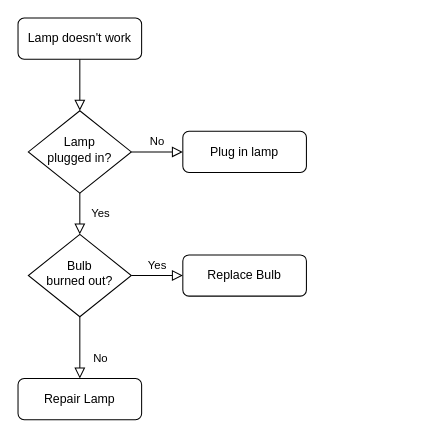
The draw.io diagram Untitled Diagram.drawio in kimsk920825/API_team_project, before the edit. Source tidied: cells renumbered, new cells numbered last; positions are measured from the earlier drawing's top-left corner, leaving out a move shared by most shapes. Both pictures are drawn from the tidied source at 103%, with x=0, y=0 at pixel (18, 18).
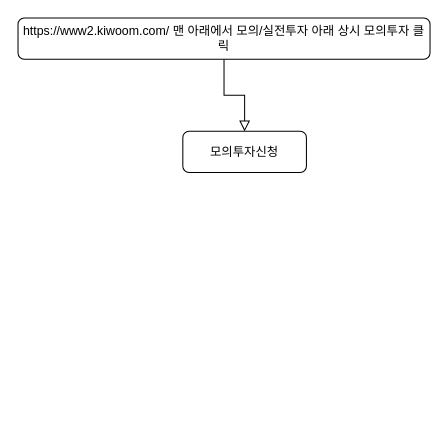
Above is the later version.

Commit message:
모의투자신청절차.drawio

The edit, as a diff of the source:
```diff
@@
 <mxGraphModel>
   <root>
     <mxCell id="0" />
     <mxCell id="1" parent="0" />
-    <mxCell id="2" style="rounded=0;html=1;jettySize=auto;fontSize=11;endArrow=block;endFill=0;endSize=8;strokeWidth=1;shadow=0;labelBackgroundColor=none;edgeStyle=orthogonalEdgeStyle;" parent="1" edge="1" source="3" target="6">
+    <mxCell id="2" style="rounded=0;html=1;jettySize=auto;fontSize=11;endArrow=block;endFill=0;endSize=8;strokeWidth=1;shadow=0;labelBackgroundColor=none;edgeStyle=orthogonalEdgeStyle;entryX=0.5;entryY=0;entryDx=0;entryDy=0;" parent="1" edge="1" source="3" target="7">
       <mxGeometry relative="1" as="geometry" />
     </mxCell>
-    <mxCell id="3" value="Lamp doesn't work" style="rounded=1;whiteSpace=wrap;html=1;fontSize=12;glass=0;strokeWidth=1;shadow=0;" parent="1" vertex="1">
-      <mxGeometry width="120" height="40" as="geometry" />
+    <mxCell id="3" value="https://www2.kiwoom.com/ 맨 아래에서 모의/실전투자 아래 상시 모의투자 클릭" style="rounded=1;whiteSpace=wrap;html=1;fontSize=12;glass=0;strokeWidth=1;shadow=0;" parent="1" vertex="1">
+      <mxGeometry width="400" height="40" as="geometry" />
     </mxCell>
-    <mxCell id="4" value="Yes" style="rounded=0;html=1;jettySize=auto;fontSize=11;endArrow=block;endFill=0;endSize=8;strokeWidth=1;shadow=0;labelBackgroundColor=none;edgeStyle=orthogonalEdgeStyle;" parent="1" edge="1" source="6" target="10">
-      <mxGeometry y="20" relative="1" as="geometry" />
-    </mxCell>
-    <mxCell id="5" value="No" style="edgeStyle=orthogonalEdgeStyle;rounded=0;html=1;jettySize=auto;fontSize=11;endArrow=block;endFill=0;endSize=8;strokeWidth=1;shadow=0;labelBackgroundColor=none;" parent="1" edge="1" source="6" target="7">
-      <mxGeometry y="10" relative="1" as="geometry" />
-    </mxCell>
-    <mxCell id="6" value="Lamp&lt;br&gt;plugged in?" style="rhombus;whiteSpace=wrap;html=1;shadow=0;fontFamily=Helvetica;fontSize=12;align=center;strokeWidth=1;spacing=6;spacingTop=-4;" parent="1" vertex="1">
-      <mxGeometry x="10" y="90" width="100" height="80" as="geometry" />
-    </mxCell>
-    <mxCell id="7" value="Plug in lamp" style="rounded=1;whiteSpace=wrap;html=1;fontSize=12;glass=0;strokeWidth=1;shadow=0;" parent="1" vertex="1">
+    <mxCell id="7" value="모의투자신청" style="rounded=1;whiteSpace=wrap;html=1;fontSize=12;glass=0;strokeWidth=1;shadow=0;" parent="1" vertex="1">
       <mxGeometry x="160" y="110" width="120" height="40" as="geometry" />
     </mxCell>
-    <mxCell id="8" value="No" style="rounded=0;html=1;jettySize=auto;fontSize=11;endArrow=block;endFill=0;endSize=8;strokeWidth=1;shadow=0;labelBackgroundColor=none;edgeStyle=orthogonalEdgeStyle;" parent="1" edge="1" source="10" target="11">
-      <mxGeometry x="0.33" y="20" relative="1" as="geometry" />
-    </mxCell>
-    <mxCell id="9" value="Yes" style="edgeStyle=orthogonalEdgeStyle;rounded=0;html=1;jettySize=auto;fontSize=11;endArrow=block;endFill=0;endSize=8;strokeWidth=1;shadow=0;labelBackgroundColor=none;" parent="1" edge="1" source="10" target="12">
-      <mxGeometry y="10" relative="1" as="geometry" />
-    </mxCell>
-    <mxCell id="10" value="Bulb&lt;br&gt;burned out?" style="rhombus;whiteSpace=wrap;html=1;shadow=0;fontFamily=Helvetica;fontSize=12;align=center;strokeWidth=1;spacing=6;spacingTop=-4;" parent="1" vertex="1">
-      <mxGeometry x="10" y="210" width="100" height="80" as="geometry" />
-    </mxCell>
-    <mxCell id="11" value="Repair Lamp" style="rounded=1;whiteSpace=wrap;html=1;fontSize=12;glass=0;strokeWidth=1;shadow=0;" parent="1" vertex="1">
-      <mxGeometry y="350" width="120" height="40" as="geometry" />
-    </mxCell>
-    <mxCell id="12" value="Replace Bulb" style="rounded=1;whiteSpace=wrap;html=1;fontSize=12;glass=0;strokeWidth=1;shadow=0;" parent="1" vertex="1">
-      <mxGeometry x="160" y="230" width="120" height="40" as="geometry" />
-    </mxCell>
   </root>
 </mxGraphModel>
```
